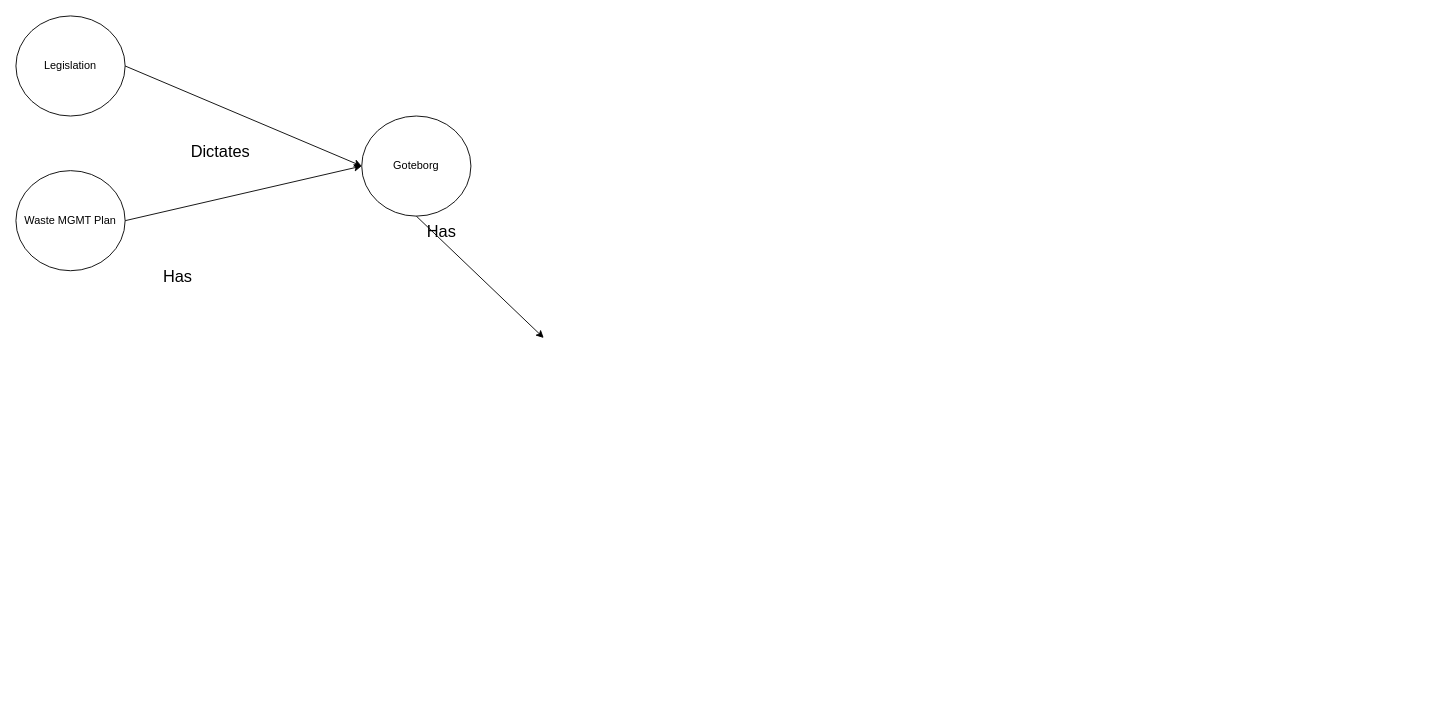
This is CaseStudies/03_Industrial/Bubbles_indus.drawio from Urban-JonathanCohen/GeneralWasteDataModel, a draw.io file, before an edit. Source tidied: cells renumbered, new cells numbered last; positions are measured from the earlier drawing's top-left corner, leaving out a move shared by most shapes. Both pictures are drawn from the tidied source at 91%, with x=0, y=0 at pixel (15, 15).
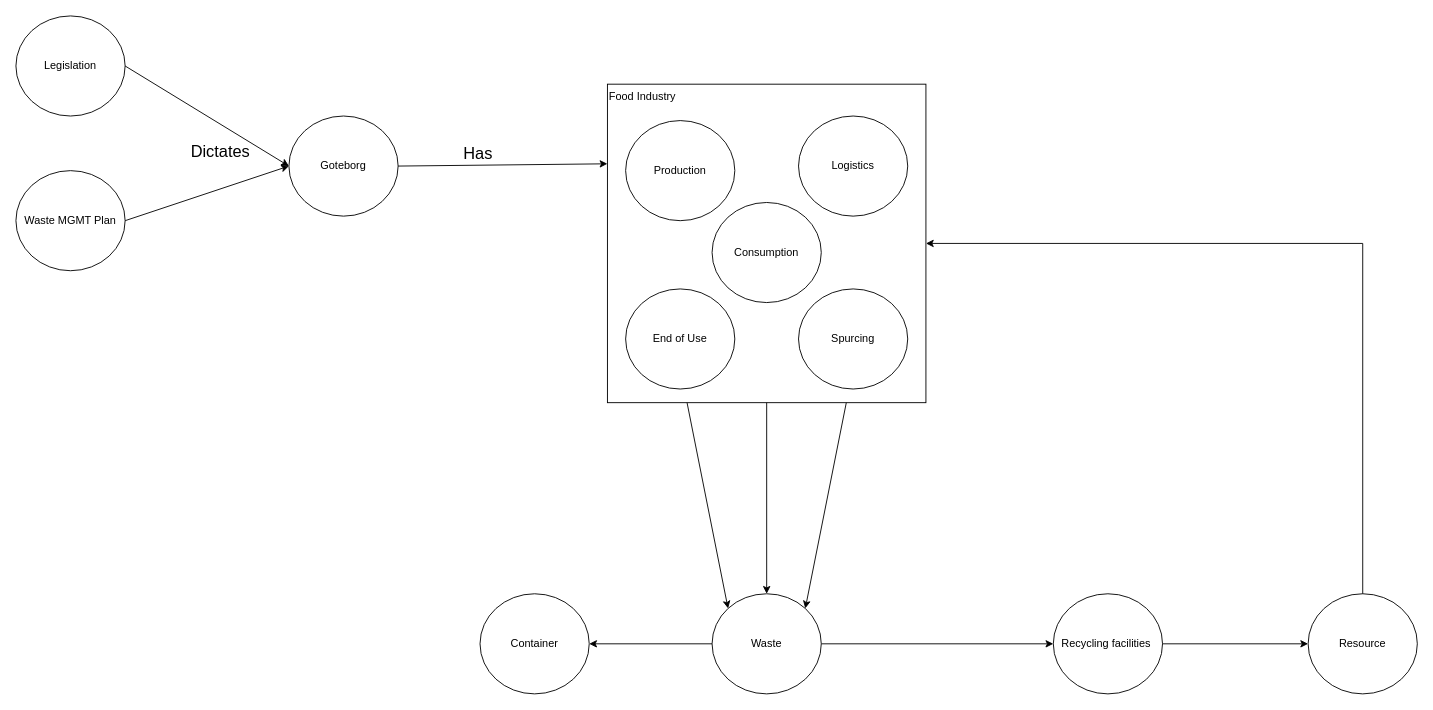
The same page after the edit.

Unchanged cells that the change refers to:
```xml
<mxCell id="3" value="Legislation" style="ellipse;whiteSpace=wrap;html=1;" parent="1" vertex="1">
  <mxGeometry width="120" height="110" as="geometry" />
</mxCell>
```

The edit, as a diff of the source:
```diff
@@
+    <mxCell id="11" style="edgeStyle=none;rounded=0;jettySize=auto;html=1;exitX=0.75;exitY=1;exitDx=0;exitDy=0;entryX=1;entryY=0;entryDx=0;entryDy=0;" parent="1" edge="1" source="12" target="20">
+      <mxGeometry relative="1" as="geometry" />
+    </mxCell>
+    <mxCell id="12" value="Food Industry" style="whiteSpace=wrap;html=1;fillColor=none;verticalAlign=top;align=left;" parent="1" vertex="1">
+      <mxGeometry x="650" y="75" width="350" height="350" as="geometry" />
+    </mxCell>
     <mxCell id="2" value="Goteborg" style="ellipse;whiteSpace=wrap;html=1;" parent="1" vertex="1">
-      <mxGeometry x="380" y="110" width="120" height="110" as="geometry" />
+      <mxGeometry x="300" y="110" width="120" height="110" as="geometry" />
     </mxCell>
@@
-    <mxCell id="5" style="endArrow=classic;html=1;exitX=0.5;exitY=1;exitDx=0;exitDy=0;" parent="1" edge="1" source="2">
-      <mxGeometry relative="1" as="geometry">
-        <mxPoint x="580" y="353.9" as="targetPoint" />
-      </mxGeometry>
+    <mxCell id="5" style="endArrow=classic;html=1;exitX=1;exitY=0.5;exitDx=0;exitDy=0;entryX=0;entryY=0.25;entryDx=0;entryDy=0;" parent="1" edge="1" source="2" target="12">
+      <mxGeometry relative="1" as="geometry" />
     </mxCell>
@@
-    <mxCell id="7" value="&lt;font style=&quot;font-size: 18px&quot;&gt;Has&lt;/font&gt;" style="text;whiteSpace=wrap;html=1;" parent="1" vertex="1">
-      <mxGeometry x="450" y="220" width="90" height="30" as="geometry" />
-    </mxCell>
     <mxCell id="8" value="&lt;font style=&quot;font-size: 18px&quot;&gt;Has&lt;/font&gt;" style="text;whiteSpace=wrap;html=1;" parent="1" vertex="1">
-      <mxGeometry x="160" y="270" width="90" height="30" as="geometry" />
+      <mxGeometry x="490" y="135" width="90" height="30" as="geometry" />
     </mxCell>
@@
-    <mxCell id="10" style="endArrow=classic;html=1;exitX=1;exitY=0.5;exitDx=0;exitDy=0;entryX=0;entryY=0.5;entryDx=0;entryDy=0;" parent="1" edge="1" source="3">
-      <mxGeometry relative="1" as="geometry">
-        <mxPoint x="380" y="165" as="targetPoint" />
-      </mxGeometry>
+    <mxCell id="10" style="endArrow=classic;html=1;exitX=1;exitY=0.5;exitDx=0;exitDy=0;entryX=0;entryY=0.5;entryDx=0;entryDy=0;" parent="1" edge="1" source="3" target="2">
+      <mxGeometry relative="1" as="geometry" />
     </mxCell>
+    <mxCell id="13" value="Production" style="ellipse;whiteSpace=wrap;html=1;" parent="1" vertex="1">
+      <mxGeometry x="670" y="115" width="120" height="110" as="geometry" />
+    </mxCell>
+    <mxCell id="14" value="Spurcing" style="ellipse;whiteSpace=wrap;html=1;" parent="1" vertex="1">
+      <mxGeometry x="860" y="300" width="120" height="110" as="geometry" />
+    </mxCell>
+    <mxCell id="15" value="Consumption" style="ellipse;whiteSpace=wrap;html=1;" parent="1" vertex="1">
+      <mxGeometry x="765" y="205" width="120" height="110" as="geometry" />
+    </mxCell>
+    <mxCell id="16" style="rounded=0;jettySize=auto;html=1;entryX=0;entryY=0;entryDx=0;entryDy=0;exitX=0.25;exitY=1;exitDx=0;exitDy=0;" parent="1" edge="1" source="12" target="20">
+      <mxGeometry relative="1" as="geometry" />
+    </mxCell>
+    <mxCell id="17" value="End of Use" style="ellipse;whiteSpace=wrap;html=1;" parent="1" vertex="1">
+      <mxGeometry x="670" y="300" width="120" height="110" as="geometry" />
+    </mxCell>
+    <mxCell id="18" value="Logistics" style="ellipse;whiteSpace=wrap;html=1;" parent="1" vertex="1">
+      <mxGeometry x="860" y="110" width="120" height="110" as="geometry" />
+    </mxCell>
+    <mxCell id="19" style="rounded=0;jettySize=auto;html=1;exitX=1;exitY=0.5;exitDx=0;exitDy=0;entryX=0;entryY=0.5;entryDx=0;entryDy=0;" parent="1" edge="1" source="20" target="26">
+      <mxGeometry relative="1" as="geometry" />
+    </mxCell>
+    <mxCell id="20" value="Waste" style="ellipse;whiteSpace=wrap;html=1;" parent="1" vertex="1">
+      <mxGeometry x="765" y="635" width="120" height="110" as="geometry" />
+    </mxCell>
+    <mxCell id="21" style="endArrow=classic;html=1;entryX=0.5;entryY=0;entryDx=0;entryDy=0;exitX=0.5;exitY=1;exitDx=0;exitDy=0;" parent="1" edge="1" source="12" target="20">
+      <mxGeometry relative="1" as="geometry" />
+    </mxCell>
+    <mxCell id="22" value="Resource" style="ellipse;whiteSpace=wrap;html=1;" parent="1" vertex="1">
+      <mxGeometry x="1420" y="635" width="120" height="110" as="geometry" />
+    </mxCell>
+    <mxCell id="23" style="endArrow=classic;html=1;exitX=1;exitY=0.5;exitDx=0;exitDy=0;" parent="1" edge="1" source="26" target="22">
+      <mxGeometry relative="1" as="geometry" />
+    </mxCell>
+    <mxCell id="24" value="Container" style="ellipse;whiteSpace=wrap;html=1;" parent="1" vertex="1">
+      <mxGeometry x="510" y="635" width="120" height="110" as="geometry" />
+    </mxCell>
+    <mxCell id="25" style="endArrow=classic;html=1;entryX=1;entryY=0.5;entryDx=0;entryDy=0;exitX=0;exitY=0.5;exitDx=0;exitDy=0;" parent="1" edge="1" source="20" target="24">
+      <mxGeometry relative="1" as="geometry" />
+    </mxCell>
+    <mxCell id="26" value="Recycling facilities&amp;nbsp;" style="ellipse;whiteSpace=wrap;html=1;" parent="1" vertex="1">
+      <mxGeometry x="1140" y="635" width="120" height="110" as="geometry" />
+    </mxCell>
+    <mxCell id="27" style="endArrow=classic;html=1;entryX=1;entryY=0.5;entryDx=0;entryDy=0;exitX=0.5;exitY=0;exitDx=0;exitDy=0;edgeStyle=orthogonalEdgeStyle;rounded=0;" parent="1" edge="1" source="22" target="12">
+      <mxGeometry relative="1" as="geometry" />
+    </mxCell>
```
